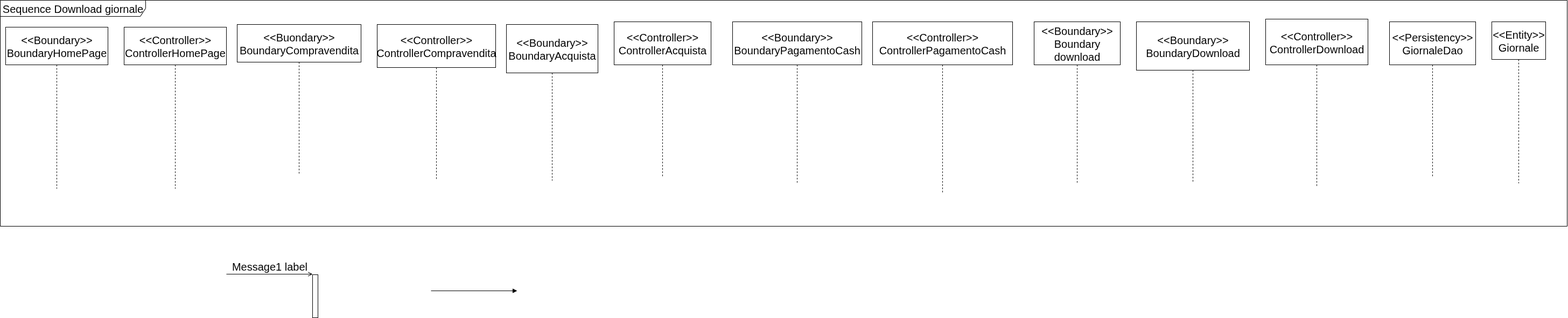
Above: sequence.drawio.png in ilciro/BookShopOnline25 (draw.io), before the change. Source tidied: cells renumbered, new cells last; positions are measured from the earlier drawing's top-left corner, leaving out a move shared by most shapes. Source of this version:
```xml
<mxGraphModel>
  <root>
    <mxCell id="0" />
    <mxCell id="1" parent="0" />
    <mxCell id="2" value="Sequence Download giornale" style="shape=umlFrame;whiteSpace=wrap;html=1;width=270;fontSize=20;height=30;" parent="1" vertex="1">
      <mxGeometry width="2910" height="420" as="geometry" />
    </mxCell>
    <mxCell id="3" value="&amp;lt;&amp;lt;Boundary&amp;gt;&amp;gt;&lt;div&gt;BoundaryHomePage&lt;/div&gt;" style="shape=umlLifeline;perimeter=lifelinePerimeter;whiteSpace=wrap;html=1;newEdgeStyle={&quot;edgeStyle&quot;:&quot;elbowEdgeStyle&quot;,&quot;elbow&quot;:&quot;vertical&quot;,&quot;curved&quot;:0,&quot;rounded&quot;:0};fontSize=20;size=70;" parent="2" vertex="1">
      <mxGeometry x="10" y="50" width="190" height="300" as="geometry" />
    </mxCell>
    <mxCell id="4" value="&amp;lt;&amp;lt;Controller&amp;gt;&amp;gt;&lt;div&gt;ControllerHomePage&lt;/div&gt;" style="shape=umlLifeline;perimeter=lifelinePerimeter;whiteSpace=wrap;html=1;newEdgeStyle={&quot;edgeStyle&quot;:&quot;elbowEdgeStyle&quot;,&quot;elbow&quot;:&quot;vertical&quot;,&quot;curved&quot;:0,&quot;rounded&quot;:0};fontSize=20;size=70;" parent="2" vertex="1">
      <mxGeometry x="230" y="50" width="190" height="300" as="geometry" />
    </mxCell>
    <mxCell id="5" value="&amp;lt;&amp;lt;Buondary&amp;gt;&amp;gt;&lt;div&gt;BoundaryCompravendita&lt;/div&gt;" style="shape=umlLifeline;perimeter=lifelinePerimeter;whiteSpace=wrap;html=1;newEdgeStyle={&quot;edgeStyle&quot;:&quot;elbowEdgeStyle&quot;,&quot;elbow&quot;:&quot;vertical&quot;,&quot;curved&quot;:0,&quot;rounded&quot;:0};fontSize=20;size=70;" parent="2" vertex="1">
      <mxGeometry x="440" y="45" width="230" height="280" as="geometry" />
    </mxCell>
    <mxCell id="6" value="&amp;lt;&amp;lt;Controller&amp;gt;&amp;gt;&lt;div&gt;ControllerCompravendita&lt;/div&gt;" style="shape=umlLifeline;perimeter=lifelinePerimeter;whiteSpace=wrap;html=1;newEdgeStyle={&quot;edgeStyle&quot;:&quot;elbowEdgeStyle&quot;,&quot;elbow&quot;:&quot;vertical&quot;,&quot;curved&quot;:0,&quot;rounded&quot;:0};fontSize=20;size=80;" parent="2" vertex="1">
      <mxGeometry x="700" y="45" width="220" height="290" as="geometry" />
    </mxCell>
    <mxCell id="7" value="&amp;lt;&amp;lt;Boundary&amp;gt;&amp;gt;&lt;div&gt;BoundaryAcquista&lt;/div&gt;" style="shape=umlLifeline;perimeter=lifelinePerimeter;whiteSpace=wrap;html=1;newEdgeStyle={&quot;edgeStyle&quot;:&quot;elbowEdgeStyle&quot;,&quot;elbow&quot;:&quot;vertical&quot;,&quot;curved&quot;:0,&quot;rounded&quot;:0};fontSize=20;size=90;" parent="2" vertex="1">
      <mxGeometry x="940" y="45" width="170" height="290" as="geometry" />
    </mxCell>
    <mxCell id="8" value="&amp;lt;&amp;lt;Controller&amp;gt;&amp;gt;&lt;div&gt;ControllerAcquista&lt;/div&gt;" style="shape=umlLifeline;perimeter=lifelinePerimeter;whiteSpace=wrap;html=1;newEdgeStyle={&quot;edgeStyle&quot;:&quot;elbowEdgeStyle&quot;,&quot;elbow&quot;:&quot;vertical&quot;,&quot;curved&quot;:0,&quot;rounded&quot;:0};fontSize=20;size=80;" parent="2" vertex="1">
      <mxGeometry x="1140" y="40" width="180" height="290" as="geometry" />
    </mxCell>
    <mxCell id="9" value="&amp;lt;&amp;lt;Boundary&amp;gt;&amp;gt;&lt;div&gt;BoundaryPagamentoCash&lt;/div&gt;" style="shape=umlLifeline;perimeter=lifelinePerimeter;whiteSpace=wrap;html=1;newEdgeStyle={&quot;edgeStyle&quot;:&quot;elbowEdgeStyle&quot;,&quot;elbow&quot;:&quot;vertical&quot;,&quot;curved&quot;:0,&quot;rounded&quot;:0};fontSize=20;size=80;" parent="2" vertex="1">
      <mxGeometry x="1360" y="40" width="240" height="300" as="geometry" />
    </mxCell>
    <mxCell id="10" value="&amp;lt;&amp;lt;Controller&amp;gt;&amp;gt;&lt;div&gt;ControllerPagamentoCash&lt;/div&gt;" style="shape=umlLifeline;perimeter=lifelinePerimeter;whiteSpace=wrap;html=1;newEdgeStyle={&quot;edgeStyle&quot;:&quot;elbowEdgeStyle&quot;,&quot;elbow&quot;:&quot;vertical&quot;,&quot;curved&quot;:0,&quot;rounded&quot;:0};fontSize=20;size=80;" parent="2" vertex="1">
      <mxGeometry x="1620" y="40" width="260" height="320" as="geometry" />
    </mxCell>
    <mxCell id="11" value="&amp;lt;&amp;lt;Boundary&amp;gt;&amp;gt;&lt;div&gt;Boundary download&lt;/div&gt;" style="shape=umlLifeline;perimeter=lifelinePerimeter;whiteSpace=wrap;html=1;newEdgeStyle={&quot;edgeStyle&quot;:&quot;elbowEdgeStyle&quot;,&quot;elbow&quot;:&quot;vertical&quot;,&quot;curved&quot;:0,&quot;rounded&quot;:0};fontSize=20;size=80;" parent="2" vertex="1">
      <mxGeometry x="1920" y="40" width="160" height="300" as="geometry" />
    </mxCell>
    <mxCell id="12" value="&amp;lt;&amp;lt;Boundary&amp;gt;&amp;gt;&lt;div&gt;BoundaryDownload&lt;/div&gt;" style="shape=umlLifeline;perimeter=lifelinePerimeter;whiteSpace=wrap;html=1;newEdgeStyle={&quot;edgeStyle&quot;:&quot;elbowEdgeStyle&quot;,&quot;elbow&quot;:&quot;vertical&quot;,&quot;curved&quot;:0,&quot;rounded&quot;:0};fontSize=20;size=90;" parent="2" vertex="1">
      <mxGeometry x="2110" y="40" width="210" height="300" as="geometry" />
    </mxCell>
    <mxCell id="13" value="&amp;lt;&amp;lt;Controller&amp;gt;&amp;gt;&lt;div&gt;ControllerDownload&lt;/div&gt;" style="shape=umlLifeline;perimeter=lifelinePerimeter;whiteSpace=wrap;html=1;newEdgeStyle={&quot;edgeStyle&quot;:&quot;elbowEdgeStyle&quot;,&quot;elbow&quot;:&quot;vertical&quot;,&quot;curved&quot;:0,&quot;rounded&quot;:0};fontSize=20;size=85;" parent="2" vertex="1">
      <mxGeometry x="2350" y="35" width="190" height="310" as="geometry" />
    </mxCell>
    <mxCell id="14" value="&amp;lt;&amp;lt;Entity&amp;gt;&amp;gt;&lt;div&gt;Giornale&lt;/div&gt;" style="shape=umlLifeline;perimeter=lifelinePerimeter;whiteSpace=wrap;html=1;newEdgeStyle={&quot;edgeStyle&quot;:&quot;elbowEdgeStyle&quot;,&quot;elbow&quot;:&quot;vertical&quot;,&quot;curved&quot;:0,&quot;rounded&quot;:0};fontSize=20;size=70;" parent="2" vertex="1">
      <mxGeometry x="2770" y="40" width="100" height="300" as="geometry" />
    </mxCell>
    <mxCell id="15" value="&amp;lt;&amp;lt;Persistency&amp;gt;&amp;gt;&lt;div&gt;GiornaleDao&lt;/div&gt;" style="shape=umlLifeline;perimeter=lifelinePerimeter;whiteSpace=wrap;html=1;newEdgeStyle={&quot;edgeStyle&quot;:&quot;elbowEdgeStyle&quot;,&quot;elbow&quot;:&quot;vertical&quot;,&quot;curved&quot;:0,&quot;rounded&quot;:0};fontSize=20;size=80;" parent="2" vertex="1">
      <mxGeometry x="2580" y="40" width="160" height="290" as="geometry" />
    </mxCell>
    <mxCell id="16" value="Message1 label" style="html=1;verticalAlign=bottom;labelBackgroundColor=none;endArrow=open;endFill=0;rounded=0;fontSize=20;" parent="1" edge="1">
      <mxGeometry relative="1" as="geometry">
        <mxPoint x="420" y="509" as="sourcePoint" />
        <mxPoint x="580" y="509" as="targetPoint" />
      </mxGeometry>
    </mxCell>
    <mxCell id="17" style="html=1;perimeter=orthogonalPerimeter;targetShapes=umlLifeline;newEdgeStyle={&quot;curved&quot;:0,&quot;rounded&quot;:0};fontSize=20;" parent="1" vertex="1">
      <mxGeometry x="580" y="510" width="10" height="80" as="geometry" />
    </mxCell>
    <mxCell id="18" style="html=1;verticalAlign=bottom;labelBackgroundColor=none;endArrow=block;endFill=1;rounded=0;fontSize=20;" parent="1" edge="1">
      <mxGeometry relative="1" as="geometry">
        <mxPoint x="800" y="540" as="sourcePoint" />
        <mxPoint x="960" y="540" as="targetPoint" />
      </mxGeometry>
    </mxCell>
  </root>
</mxGraphModel>
```
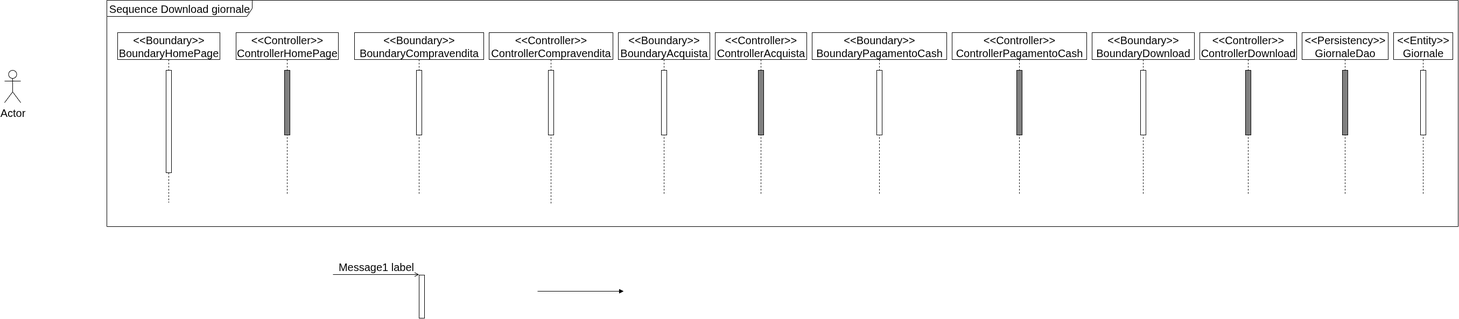
After the commit.

What changed in the source:
```diff
@@ -3,47 +3,80 @@
     <mxCell id="0" />
     <mxCell id="1" parent="0" />
     <mxCell id="2" value="Sequence Download giornale" style="shape=umlFrame;whiteSpace=wrap;html=1;width=270;fontSize=20;height=30;" parent="1" vertex="1">
-      <mxGeometry width="2910" height="420" as="geometry" />
+      <mxGeometry width="2510" height="420" as="geometry" />
     </mxCell>
+    <mxCell id="4" value="&amp;lt;&amp;lt;Controller&amp;gt;&amp;gt;&lt;div&gt;ControllerHomePage&lt;/div&gt;" style="shape=umlLifeline;perimeter=lifelinePerimeter;whiteSpace=wrap;html=1;newEdgeStyle={&quot;edgeStyle&quot;:&quot;elbowEdgeStyle&quot;,&quot;elbow&quot;:&quot;vertical&quot;,&quot;curved&quot;:0,&quot;rounded&quot;:0};fontSize=20;size=50;" parent="2" vertex="1">
+      <mxGeometry x="240" y="60" width="190" height="300" as="geometry" />
+    </mxCell>
+    <mxCell id="19" style="html=1;perimeter=orthogonalPerimeter;targetShapes=umlLifeline;newEdgeStyle={&quot;curved&quot;:0,&quot;rounded&quot;:0};fillColor=light-dark(#808080,#000000);fontSize=20;labelBackgroundColor=none;labelBorderColor=none;" parent="4" vertex="1">
+      <mxGeometry x="90" y="70" width="10" height="120" as="geometry" />
+    </mxCell>
-    <mxCell id="3" value="&amp;lt;&amp;lt;Boundary&amp;gt;&amp;gt;&lt;div&gt;BoundaryHomePage&lt;/div&gt;" style="shape=umlLifeline;perimeter=lifelinePerimeter;whiteSpace=wrap;html=1;newEdgeStyle={&quot;edgeStyle&quot;:&quot;elbowEdgeStyle&quot;,&quot;elbow&quot;:&quot;vertical&quot;,&quot;curved&quot;:0,&quot;rounded&quot;:0};fontSize=20;size=70;" parent="2" vertex="1">
-      <mxGeometry x="10" y="50" width="190" height="300" as="geometry" />
+    <mxCell id="3" value="&amp;lt;&amp;lt;Boundary&amp;gt;&amp;gt;&lt;div&gt;BoundaryHomePage&lt;/div&gt;" style="shape=umlLifeline;perimeter=lifelinePerimeter;whiteSpace=wrap;html=1;newEdgeStyle={&quot;edgeStyle&quot;:&quot;elbowEdgeStyle&quot;,&quot;elbow&quot;:&quot;vertical&quot;,&quot;curved&quot;:0,&quot;rounded&quot;:0};fontSize=20;size=50;" parent="2" vertex="1">
+      <mxGeometry x="20" y="60" width="190" height="315" as="geometry" />
     </mxCell>
-    <mxCell id="4" value="&amp;lt;&amp;lt;Controller&amp;gt;&amp;gt;&lt;div&gt;ControllerHomePage&lt;/div&gt;" style="shape=umlLifeline;perimeter=lifelinePerimeter;whiteSpace=wrap;html=1;newEdgeStyle={&quot;edgeStyle&quot;:&quot;elbowEdgeStyle&quot;,&quot;elbow&quot;:&quot;vertical&quot;,&quot;curved&quot;:0,&quot;rounded&quot;:0};fontSize=20;size=70;" parent="2" vertex="1">
-      <mxGeometry x="230" y="50" width="190" height="300" as="geometry" />
-    </mxCell>
-    <mxCell id="5" value="&amp;lt;&amp;lt;Buondary&amp;gt;&amp;gt;&lt;div&gt;BoundaryCompravendita&lt;/div&gt;" style="shape=umlLifeline;perimeter=lifelinePerimeter;whiteSpace=wrap;html=1;newEdgeStyle={&quot;edgeStyle&quot;:&quot;elbowEdgeStyle&quot;,&quot;elbow&quot;:&quot;vertical&quot;,&quot;curved&quot;:0,&quot;rounded&quot;:0};fontSize=20;size=70;" parent="2" vertex="1">
-      <mxGeometry x="440" y="45" width="230" height="280" as="geometry" />
-    </mxCell>
+    <mxCell id="20" style="html=1;perimeter=orthogonalPerimeter;targetShapes=umlLifeline;newEdgeStyle={&quot;curved&quot;:0,&quot;rounded&quot;:0};fontSize=20;" parent="3" vertex="1">
+      <mxGeometry x="90" y="70" width="10" height="190" as="geometry" />
+    </mxCell>
-    <mxCell id="6" value="&amp;lt;&amp;lt;Controller&amp;gt;&amp;gt;&lt;div&gt;ControllerCompravendita&lt;/div&gt;" style="shape=umlLifeline;perimeter=lifelinePerimeter;whiteSpace=wrap;html=1;newEdgeStyle={&quot;edgeStyle&quot;:&quot;elbowEdgeStyle&quot;,&quot;elbow&quot;:&quot;vertical&quot;,&quot;curved&quot;:0,&quot;rounded&quot;:0};fontSize=20;size=80;" parent="2" vertex="1">
-      <mxGeometry x="700" y="45" width="220" height="290" as="geometry" />
+    <mxCell id="6" value="&amp;lt;&amp;lt;Controller&amp;gt;&amp;gt;&lt;div&gt;ControllerCompravendita&lt;/div&gt;" style="shape=umlLifeline;perimeter=lifelinePerimeter;whiteSpace=wrap;html=1;newEdgeStyle={&quot;edgeStyle&quot;:&quot;elbowEdgeStyle&quot;,&quot;elbow&quot;:&quot;vertical&quot;,&quot;curved&quot;:0,&quot;rounded&quot;:0};fontSize=20;size=50;" parent="2" vertex="1">
+      <mxGeometry x="710" y="60" width="230" height="320" as="geometry" />
     </mxCell>
+    <mxCell id="21" style="html=1;perimeter=orthogonalPerimeter;targetShapes=umlLifeline;newEdgeStyle={&quot;curved&quot;:0,&quot;rounded&quot;:0};fillColor=light-dark(#FFFFFF,#000000);fontSize=20;" parent="6" vertex="1">
+      <mxGeometry x="110" y="70" width="10" height="120" as="geometry" />
+    </mxCell>
+    <mxCell id="22" value="&amp;lt;&amp;lt;Boundary&amp;gt;&amp;gt;&lt;div&gt;BoundaryCompravendita&lt;/div&gt;" style="shape=umlLifeline;perimeter=lifelinePerimeter;whiteSpace=wrap;html=1;newEdgeStyle={&quot;edgeStyle&quot;:&quot;elbowEdgeStyle&quot;,&quot;elbow&quot;:&quot;vertical&quot;,&quot;curved&quot;:0,&quot;rounded&quot;:0};fontSize=20;size=50;" parent="2" vertex="1">
+      <mxGeometry x="460" y="60" width="240" height="300" as="geometry" />
+    </mxCell>
+    <mxCell id="23" style="html=1;perimeter=orthogonalPerimeter;targetShapes=umlLifeline;newEdgeStyle={&quot;curved&quot;:0,&quot;rounded&quot;:0};fontSize=20;" parent="22" vertex="1">
+      <mxGeometry x="115" y="70" width="10" height="120" as="geometry" />
+    </mxCell>
+    <mxCell id="8" value="&amp;lt;&amp;lt;Controller&amp;gt;&amp;gt;&lt;div&gt;ControllerAcquista&lt;/div&gt;" style="shape=umlLifeline;perimeter=lifelinePerimeter;whiteSpace=wrap;html=1;newEdgeStyle={&quot;edgeStyle&quot;:&quot;elbowEdgeStyle&quot;,&quot;elbow&quot;:&quot;vertical&quot;,&quot;curved&quot;:0,&quot;rounded&quot;:0};fontSize=20;size=50;" parent="2" vertex="1">
+      <mxGeometry x="1130" y="60" width="170" height="300" as="geometry" />
+    </mxCell>
+    <mxCell id="24" style="html=1;perimeter=orthogonalPerimeter;targetShapes=umlLifeline;newEdgeStyle={&quot;curved&quot;:0,&quot;rounded&quot;:0};fillColor=light-dark(#808080,#000000);fontSize=20;" parent="8" vertex="1">
+      <mxGeometry x="80" y="70" width="10" height="120" as="geometry" />
+    </mxCell>
-    <mxCell id="7" value="&amp;lt;&amp;lt;Boundary&amp;gt;&amp;gt;&lt;div&gt;BoundaryAcquista&lt;/div&gt;" style="shape=umlLifeline;perimeter=lifelinePerimeter;whiteSpace=wrap;html=1;newEdgeStyle={&quot;edgeStyle&quot;:&quot;elbowEdgeStyle&quot;,&quot;elbow&quot;:&quot;vertical&quot;,&quot;curved&quot;:0,&quot;rounded&quot;:0};fontSize=20;size=90;" parent="2" vertex="1">
-      <mxGeometry x="940" y="45" width="170" height="290" as="geometry" />
+    <mxCell id="7" value="&amp;lt;&amp;lt;Boundary&amp;gt;&amp;gt;&lt;div&gt;BoundaryAcquista&lt;/div&gt;" style="shape=umlLifeline;perimeter=lifelinePerimeter;whiteSpace=wrap;html=1;newEdgeStyle={&quot;edgeStyle&quot;:&quot;elbowEdgeStyle&quot;,&quot;elbow&quot;:&quot;vertical&quot;,&quot;curved&quot;:0,&quot;rounded&quot;:0};fontSize=20;size=50;" parent="2" vertex="1">
+      <mxGeometry x="950" y="60" width="170" height="300" as="geometry" />
     </mxCell>
-    <mxCell id="8" value="&amp;lt;&amp;lt;Controller&amp;gt;&amp;gt;&lt;div&gt;ControllerAcquista&lt;/div&gt;" style="shape=umlLifeline;perimeter=lifelinePerimeter;whiteSpace=wrap;html=1;newEdgeStyle={&quot;edgeStyle&quot;:&quot;elbowEdgeStyle&quot;,&quot;elbow&quot;:&quot;vertical&quot;,&quot;curved&quot;:0,&quot;rounded&quot;:0};fontSize=20;size=80;" parent="2" vertex="1">
-      <mxGeometry x="1140" y="40" width="180" height="290" as="geometry" />
-    </mxCell>
+    <mxCell id="25" style="html=1;perimeter=orthogonalPerimeter;targetShapes=umlLifeline;newEdgeStyle={&quot;curved&quot;:0,&quot;rounded&quot;:0};fontSize=20;" parent="7" vertex="1">
+      <mxGeometry x="80" y="70" width="10" height="120" as="geometry" />
+    </mxCell>
+    <mxCell id="10" value="&amp;lt;&amp;lt;Controller&amp;gt;&amp;gt;&lt;div&gt;ControllerPagamentoCash&lt;/div&gt;" style="shape=umlLifeline;perimeter=lifelinePerimeter;whiteSpace=wrap;html=1;newEdgeStyle={&quot;edgeStyle&quot;:&quot;elbowEdgeStyle&quot;,&quot;elbow&quot;:&quot;vertical&quot;,&quot;curved&quot;:0,&quot;rounded&quot;:0};fontSize=20;size=50;" parent="2" vertex="1">
+      <mxGeometry x="1570" y="60" width="250" height="300" as="geometry" />
+    </mxCell>
+    <mxCell id="26" style="html=1;perimeter=orthogonalPerimeter;targetShapes=umlLifeline;newEdgeStyle={&quot;curved&quot;:0,&quot;rounded&quot;:0};fillColor=light-dark(#808080,#000000);fontSize=20;" parent="10" vertex="1">
+      <mxGeometry x="120" y="70" width="10" height="120" as="geometry" />
+    </mxCell>
-    <mxCell id="9" value="&amp;lt;&amp;lt;Boundary&amp;gt;&amp;gt;&lt;div&gt;BoundaryPagamentoCash&lt;/div&gt;" style="shape=umlLifeline;perimeter=lifelinePerimeter;whiteSpace=wrap;html=1;newEdgeStyle={&quot;edgeStyle&quot;:&quot;elbowEdgeStyle&quot;,&quot;elbow&quot;:&quot;vertical&quot;,&quot;curved&quot;:0,&quot;rounded&quot;:0};fontSize=20;size=80;" parent="2" vertex="1">
-      <mxGeometry x="1360" y="40" width="240" height="300" as="geometry" />
+    <mxCell id="9" value="&amp;lt;&amp;lt;Boundary&amp;gt;&amp;gt;&lt;div&gt;BoundaryPagamentoCash&lt;/div&gt;" style="shape=umlLifeline;perimeter=lifelinePerimeter;whiteSpace=wrap;html=1;newEdgeStyle={&quot;edgeStyle&quot;:&quot;elbowEdgeStyle&quot;,&quot;elbow&quot;:&quot;vertical&quot;,&quot;curved&quot;:0,&quot;rounded&quot;:0};fontSize=20;size=50;" parent="2" vertex="1">
+      <mxGeometry x="1310" y="60" width="250" height="300" as="geometry" />
     </mxCell>
-    <mxCell id="10" value="&amp;lt;&amp;lt;Controller&amp;gt;&amp;gt;&lt;div&gt;ControllerPagamentoCash&lt;/div&gt;" style="shape=umlLifeline;perimeter=lifelinePerimeter;whiteSpace=wrap;html=1;newEdgeStyle={&quot;edgeStyle&quot;:&quot;elbowEdgeStyle&quot;,&quot;elbow&quot;:&quot;vertical&quot;,&quot;curved&quot;:0,&quot;rounded&quot;:0};fontSize=20;size=80;" parent="2" vertex="1">
-      <mxGeometry x="1620" y="40" width="260" height="320" as="geometry" />
-    </mxCell>
-    <mxCell id="11" value="&amp;lt;&amp;lt;Boundary&amp;gt;&amp;gt;&lt;div&gt;Boundary download&lt;/div&gt;" style="shape=umlLifeline;perimeter=lifelinePerimeter;whiteSpace=wrap;html=1;newEdgeStyle={&quot;edgeStyle&quot;:&quot;elbowEdgeStyle&quot;,&quot;elbow&quot;:&quot;vertical&quot;,&quot;curved&quot;:0,&quot;rounded&quot;:0};fontSize=20;size=80;" parent="2" vertex="1">
-      <mxGeometry x="1920" y="40" width="160" height="300" as="geometry" />
-    </mxCell>
+    <mxCell id="27" style="html=1;perimeter=orthogonalPerimeter;targetShapes=umlLifeline;newEdgeStyle={&quot;curved&quot;:0,&quot;rounded&quot;:0};fontSize=20;" parent="9" vertex="1">
+      <mxGeometry x="120" y="70" width="10" height="120" as="geometry" />
+    </mxCell>
+    <mxCell id="13" value="&amp;lt;&amp;lt;Controller&amp;gt;&amp;gt;&lt;div&gt;ControllerDownload&lt;/div&gt;" style="shape=umlLifeline;perimeter=lifelinePerimeter;whiteSpace=wrap;html=1;newEdgeStyle={&quot;edgeStyle&quot;:&quot;elbowEdgeStyle&quot;,&quot;elbow&quot;:&quot;vertical&quot;,&quot;curved&quot;:0,&quot;rounded&quot;:0};fontSize=20;size=50;" parent="2" vertex="1">
+      <mxGeometry x="2030" y="60" width="180" height="300" as="geometry" />
+    </mxCell>
+    <mxCell id="28" style="html=1;perimeter=orthogonalPerimeter;targetShapes=umlLifeline;newEdgeStyle={&quot;curved&quot;:0,&quot;rounded&quot;:0};fillColor=light-dark(#808080,#000000);fontSize=20;" parent="13" vertex="1">
+      <mxGeometry x="85" y="70" width="10" height="120" as="geometry" />
+    </mxCell>
-    <mxCell id="12" value="&amp;lt;&amp;lt;Boundary&amp;gt;&amp;gt;&lt;div&gt;BoundaryDownload&lt;/div&gt;" style="shape=umlLifeline;perimeter=lifelinePerimeter;whiteSpace=wrap;html=1;newEdgeStyle={&quot;edgeStyle&quot;:&quot;elbowEdgeStyle&quot;,&quot;elbow&quot;:&quot;vertical&quot;,&quot;curved&quot;:0,&quot;rounded&quot;:0};fontSize=20;size=90;" parent="2" vertex="1">
-      <mxGeometry x="2110" y="40" width="210" height="300" as="geometry" />
+    <mxCell id="12" value="&amp;lt;&amp;lt;Boundary&amp;gt;&amp;gt;&lt;div&gt;BoundaryDownload&lt;/div&gt;" style="shape=umlLifeline;perimeter=lifelinePerimeter;whiteSpace=wrap;html=1;newEdgeStyle={&quot;edgeStyle&quot;:&quot;elbowEdgeStyle&quot;,&quot;elbow&quot;:&quot;vertical&quot;,&quot;curved&quot;:0,&quot;rounded&quot;:0};fontSize=20;size=50;" parent="2" vertex="1">
+      <mxGeometry x="1830" y="60" width="190" height="300" as="geometry" />
     </mxCell>
-    <mxCell id="13" value="&amp;lt;&amp;lt;Controller&amp;gt;&amp;gt;&lt;div&gt;ControllerDownload&lt;/div&gt;" style="shape=umlLifeline;perimeter=lifelinePerimeter;whiteSpace=wrap;html=1;newEdgeStyle={&quot;edgeStyle&quot;:&quot;elbowEdgeStyle&quot;,&quot;elbow&quot;:&quot;vertical&quot;,&quot;curved&quot;:0,&quot;rounded&quot;:0};fontSize=20;size=85;" parent="2" vertex="1">
-      <mxGeometry x="2350" y="35" width="190" height="310" as="geometry" />
-    </mxCell>
+    <mxCell id="29" style="html=1;perimeter=orthogonalPerimeter;targetShapes=umlLifeline;newEdgeStyle={&quot;curved&quot;:0,&quot;rounded&quot;:0};fontSize=20;" parent="12" vertex="1">
+      <mxGeometry x="90" y="70" width="10" height="120" as="geometry" />
+    </mxCell>
+    <mxCell id="15" value="&amp;lt;&amp;lt;Persistency&amp;gt;&amp;gt;&lt;div&gt;GiornaleDao&lt;/div&gt;" style="shape=umlLifeline;perimeter=lifelinePerimeter;whiteSpace=wrap;html=1;newEdgeStyle={&quot;edgeStyle&quot;:&quot;elbowEdgeStyle&quot;,&quot;elbow&quot;:&quot;vertical&quot;,&quot;curved&quot;:0,&quot;rounded&quot;:0};fontSize=20;size=50;" parent="2" vertex="1">
+      <mxGeometry x="2220" y="60" width="160" height="300" as="geometry" />
+    </mxCell>
+    <mxCell id="30" style="html=1;perimeter=orthogonalPerimeter;targetShapes=umlLifeline;newEdgeStyle={&quot;curved&quot;:0,&quot;rounded&quot;:0};fillColor=light-dark(#808080,#000000);fontSize=20;" parent="15" vertex="1">
+      <mxGeometry x="75" y="70" width="10" height="120" as="geometry" />
+    </mxCell>
-    <mxCell id="14" value="&amp;lt;&amp;lt;Entity&amp;gt;&amp;gt;&lt;div&gt;Giornale&lt;/div&gt;" style="shape=umlLifeline;perimeter=lifelinePerimeter;whiteSpace=wrap;html=1;newEdgeStyle={&quot;edgeStyle&quot;:&quot;elbowEdgeStyle&quot;,&quot;elbow&quot;:&quot;vertical&quot;,&quot;curved&quot;:0,&quot;rounded&quot;:0};fontSize=20;size=70;" parent="2" vertex="1">
-      <mxGeometry x="2770" y="40" width="100" height="300" as="geometry" />
+    <mxCell id="14" value="&amp;lt;&amp;lt;Entity&amp;gt;&amp;gt;&lt;div&gt;Giornale&lt;/div&gt;" style="shape=umlLifeline;perimeter=lifelinePerimeter;whiteSpace=wrap;html=1;newEdgeStyle={&quot;edgeStyle&quot;:&quot;elbowEdgeStyle&quot;,&quot;elbow&quot;:&quot;vertical&quot;,&quot;curved&quot;:0,&quot;rounded&quot;:0};fontSize=20;size=50;" parent="2" vertex="1">
+      <mxGeometry x="2390" y="60" width="110" height="300" as="geometry" />
     </mxCell>
-    <mxCell id="15" value="&amp;lt;&amp;lt;Persistency&amp;gt;&amp;gt;&lt;div&gt;GiornaleDao&lt;/div&gt;" style="shape=umlLifeline;perimeter=lifelinePerimeter;whiteSpace=wrap;html=1;newEdgeStyle={&quot;edgeStyle&quot;:&quot;elbowEdgeStyle&quot;,&quot;elbow&quot;:&quot;vertical&quot;,&quot;curved&quot;:0,&quot;rounded&quot;:0};fontSize=20;size=80;" parent="2" vertex="1">
-      <mxGeometry x="2580" y="40" width="160" height="290" as="geometry" />
-    </mxCell>
+    <mxCell id="31" style="html=1;perimeter=orthogonalPerimeter;targetShapes=umlLifeline;newEdgeStyle={&quot;curved&quot;:0,&quot;rounded&quot;:0};fontSize=20;" parent="14" vertex="1">
+      <mxGeometry x="50" y="70" width="10" height="120" as="geometry" />
+    </mxCell>
     <mxCell id="16" value="Message1 label" style="html=1;verticalAlign=bottom;labelBackgroundColor=none;endArrow=open;endFill=0;rounded=0;fontSize=20;" parent="1" edge="1">
       <mxGeometry relative="1" as="geometry">
         <mxPoint x="420" y="509" as="sourcePoint" />
@@ -59,5 +92,8 @@
         <mxPoint x="960" y="540" as="targetPoint" />
       </mxGeometry>
     </mxCell>
+    <mxCell id="32" value="Actor" style="shape=umlActor;verticalLabelPosition=bottom;verticalAlign=top;html=1;fontSize=20;" parent="1" vertex="1">
+      <mxGeometry x="-190" y="130" width="30" height="60" as="geometry" />
+    </mxCell>
   </root>
 </mxGraphModel>
```
